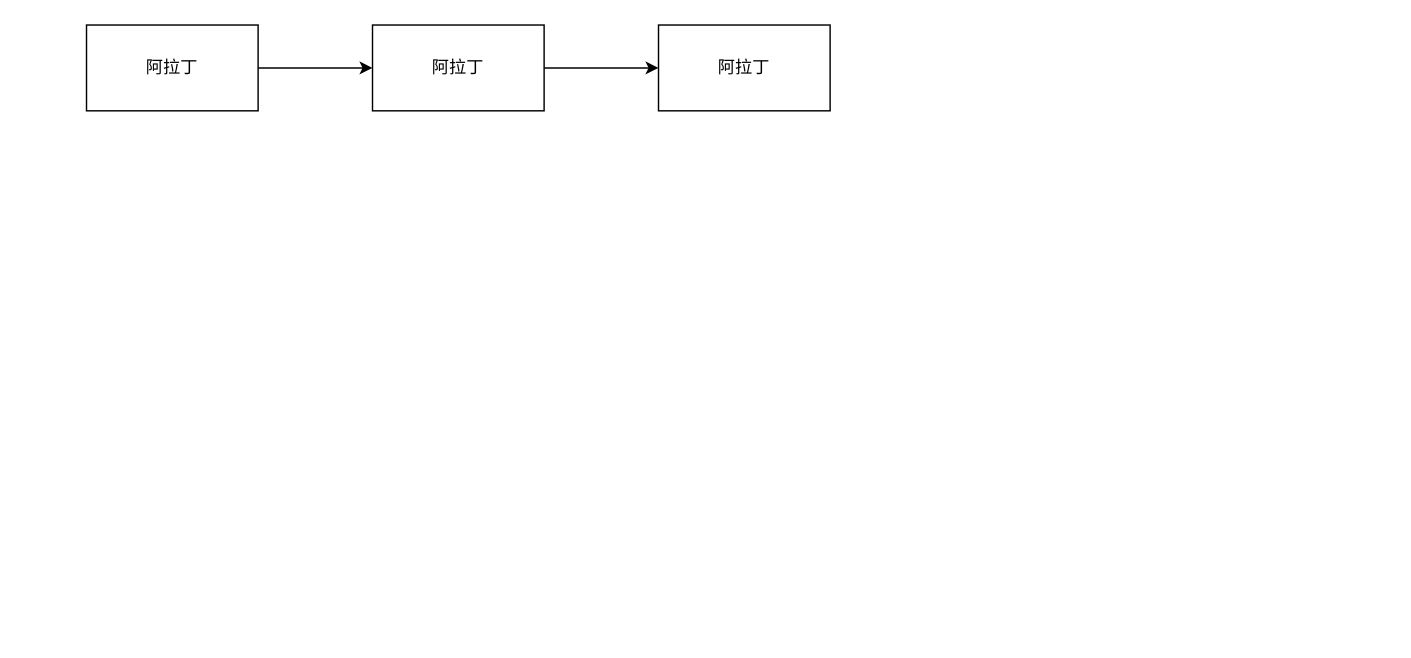
The draw.io diagram page "第 2 页" (2 of 2) of study.drawio in xzl1428288773/xiaoshuai, before the edit. Source tidied: cells renumbered, new cells numbered last; positions are measured from the earlier drawing's top-left corner, leaving out a move shared by most shapes. Both pictures are drawn from the tidied source at 143%, with x=0, y=0 at pixel (86, 24).
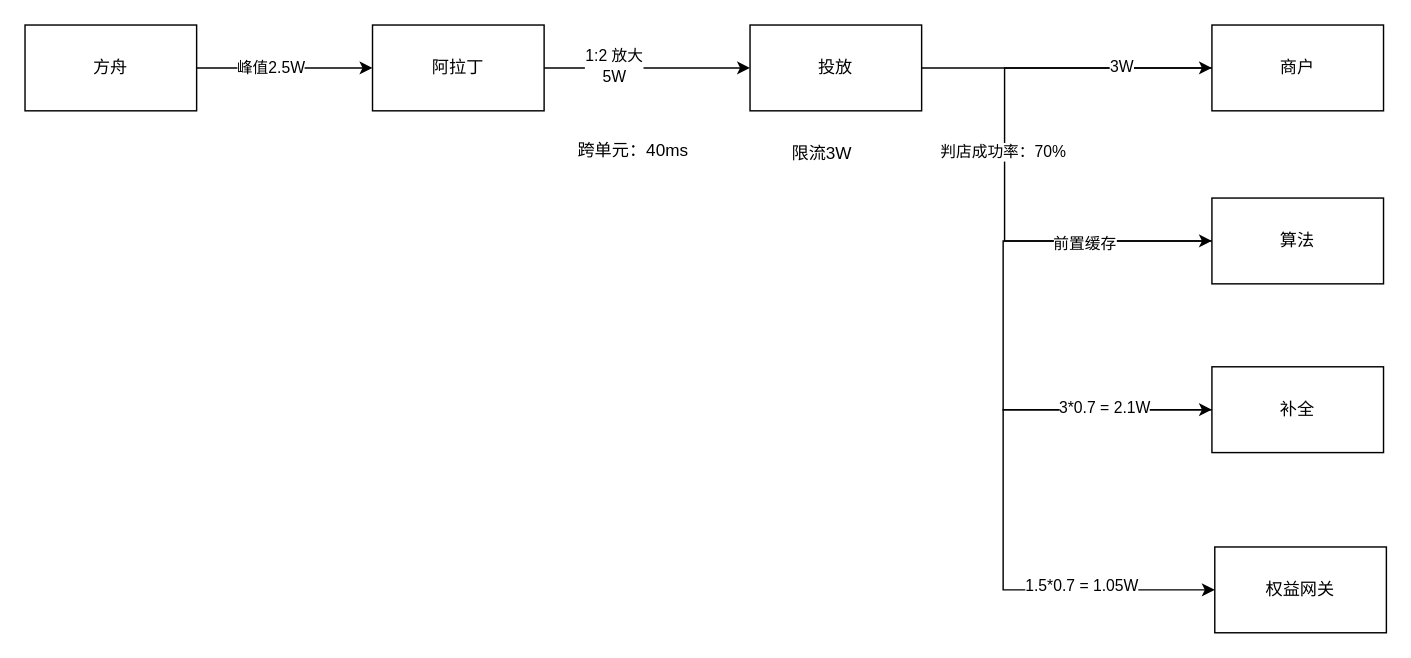
The same diagram, later.

The change refers to these unchanged cells:
```xml
<mxCell id="2" style="edgeStyle=orthogonalEdgeStyle;rounded=0;jettySize=auto;html=1;" parent="1" edge="1" source="3" target="5">
  <mxGeometry relative="1" as="geometry" />
</mxCell>
<mxCell id="4" style="edgeStyle=orthogonalEdgeStyle;rounded=0;jettySize=auto;html=1;" parent="1" edge="1" source="5" target="6">
  <mxGeometry relative="1" as="geometry" />
</mxCell>
```

The edit, as a diff of the source:
```diff
@@
+    <mxCell id="7" value="峰值2.5W" style="edgeLabel;html=1;align=center;verticalAlign=middle;" parent="2" vertex="1">
+      <mxGeometry x="-0.17" y="1" relative="1" as="geometry" />
+    </mxCell>
-    <mxCell id="3" value="阿拉丁" style="rounded=0;whiteSpace=wrap;html=1;" parent="1" vertex="1">
-      <mxGeometry width="120" height="60" as="geometry" />
+    <mxCell id="3" value="方舟" style="rounded=0;whiteSpace=wrap;html=1;" parent="1" vertex="1">
+      <mxGeometry x="-43" width="120" height="60" as="geometry" />
     </mxCell>
@@
+    <mxCell id="8" value="1:2 放大&lt;br&gt;5W" style="edgeLabel;html=1;align=center;verticalAlign=middle;" parent="4" vertex="1">
+      <mxGeometry x="-0.33" y="2" relative="1" as="geometry" />
+    </mxCell>
@@
+    <mxCell id="9" style="edgeStyle=orthogonalEdgeStyle;rounded=0;jettySize=auto;html=1;entryX=0;entryY=0.5;entryDx=0;entryDy=0;" parent="1" edge="1" source="6" target="13">
+      <mxGeometry relative="1" as="geometry" />
+    </mxCell>
-    <mxCell id="6" value="阿拉丁" style="rounded=0;whiteSpace=wrap;html=1;" parent="1" vertex="1">
-      <mxGeometry x="400" width="120" height="60" as="geometry" />
+    <mxCell id="6" value="投放" style="rounded=0;whiteSpace=wrap;html=1;" parent="1" vertex="1">
+      <mxGeometry x="464" width="120" height="60" as="geometry" />
     </mxCell>
+    <mxCell id="10" style="edgeStyle=orthogonalEdgeStyle;rounded=0;jettySize=auto;html=1;entryX=0;entryY=0.5;entryDx=0;entryDy=0;" parent="1" edge="1" source="13" target="16">
+      <mxGeometry relative="1" as="geometry">
+        <Array as="points">
+          <mxPoint x="642" y="30" />
+          <mxPoint x="642" y="151" />
+        </Array>
+      </mxGeometry>
+    </mxCell>
+    <mxCell id="11" value="3W" style="edgeLabel;html=1;align=center;verticalAlign=middle;" parent="10" vertex="1">
+      <mxGeometry x="-0.69" y="-2" relative="1" as="geometry" />
+    </mxCell>
+    <mxCell id="12" value="判店成功率：70%" style="edgeLabel;html=1;align=center;verticalAlign=middle;" parent="10" vertex="1">
+      <mxGeometry x="-0.01" y="-2" relative="1" as="geometry" />
+    </mxCell>
+    <mxCell id="13" value="商户" style="rounded=0;whiteSpace=wrap;html=1;" parent="1" vertex="1">
+      <mxGeometry x="787" width="120" height="60" as="geometry" />
+    </mxCell>
+    <mxCell id="14" style="edgeStyle=orthogonalEdgeStyle;rounded=0;jettySize=auto;html=1;entryX=0;entryY=0.5;entryDx=0;entryDy=0;" parent="1" edge="1" source="16" target="20">
+      <mxGeometry relative="1" as="geometry">
+        <Array as="points">
+          <mxPoint x="641" y="151" />
+          <mxPoint x="641" y="269" />
+        </Array>
+      </mxGeometry>
+    </mxCell>
+    <mxCell id="15" value="前置缓存" style="edgeLabel;html=1;align=center;verticalAlign=middle;" parent="14" vertex="1">
+      <mxGeometry x="-0.56" y="1" relative="1" as="geometry" />
+    </mxCell>
+    <mxCell id="16" value="算法" style="rounded=0;whiteSpace=wrap;html=1;" parent="1" vertex="1">
+      <mxGeometry x="787" y="121" width="120" height="60" as="geometry" />
+    </mxCell>
+    <mxCell id="17" style="edgeStyle=orthogonalEdgeStyle;rounded=0;jettySize=auto;html=1;entryX=0;entryY=0.5;entryDx=0;entryDy=0;" parent="1" edge="1" source="20" target="21">
+      <mxGeometry relative="1" as="geometry">
+        <Array as="points">
+          <mxPoint x="641" y="269" />
+          <mxPoint x="641" y="395" />
+        </Array>
+      </mxGeometry>
+    </mxCell>
+    <mxCell id="18" value="3*0.7 = 2.1W" style="edgeLabel;html=1;align=center;verticalAlign=middle;" parent="17" vertex="1">
+      <mxGeometry x="-0.64" y="-2" relative="1" as="geometry" />
+    </mxCell>
+    <mxCell id="19" value="1.5*0.7 = 1.05W" style="edgeLabel;html=1;align=center;verticalAlign=middle;" parent="17" vertex="1">
+      <mxGeometry x="0.55" y="4" relative="1" as="geometry" />
+    </mxCell>
+    <mxCell id="20" value="补全" style="rounded=0;whiteSpace=wrap;html=1;" parent="1" vertex="1">
+      <mxGeometry x="787" y="239" width="120" height="60" as="geometry" />
+    </mxCell>
+    <mxCell id="21" value="权益网关" style="rounded=0;whiteSpace=wrap;html=1;" parent="1" vertex="1">
+      <mxGeometry x="789" y="365" width="120" height="60" as="geometry" />
+    </mxCell>
+    <mxCell id="22" value="跨单元：40ms" style="text;html=1;strokeColor=none;fillColor=none;align=center;verticalAlign=middle;whiteSpace=wrap;rounded=0;" parent="1" vertex="1">
+      <mxGeometry x="338" y="74" width="89" height="27" as="geometry" />
+    </mxCell>
+    <mxCell id="23" value="限流3W" style="text;html=1;strokeColor=none;fillColor=none;align=center;verticalAlign=middle;whiteSpace=wrap;rounded=0;" parent="1" vertex="1">
+      <mxGeometry x="470" y="76" width="89" height="27" as="geometry" />
+    </mxCell>
```
